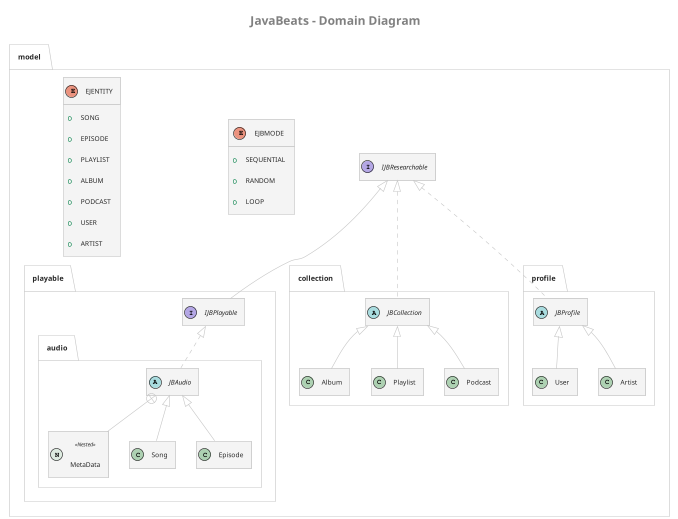
This is doc/Model/UML semplificato/Model_UML.png from IngSW-unipv/Progetto-B24, a PlantUML export, as it was before one commit. Its diagram source:
```plantuml
@startuml
!theme carbon-gray

title  <color:grey>JavaBeats - Domain Diagram</color>

!true = 1
!false = 0
!showNesteds = true
!showCompositions = false
!showAttributes = false
!showMethods = false

package model{
    interface IJBResearchable{
    }

    enum EJBMODE{
        + SEQUENTIAL
        + RANDOM
        + LOOP
    }

    enum EJENTITY{
        + SONG
        + EPISODE
        + PLAYLIST
        + ALBUM
        + PODCAST
        + USER
        + ARTIST
    }

    package playable{

        interface IJBPlayable extends model.IJBResearchable{
            !if (showMethods)
                + playFX()
            !endif
        }

        package audio{

            abstract class JBAudio implements model.playable.IJBPlayable{
                !if (showAttributes)
                    - id : int
                    - isFavorite : boolean
                    - metadata : Metadata
                    - audioFile : Blob
                    - int numberOfStreams : int
                    # mediaPlayer : MediaPlayer
                !endif
                !if (showMethods)
                    + getters() & setters()
                !endif
            }
                class MetaData << (N, #DDEBE0) Nested >> {
                    !if (showAttributes)
                        - artist : Artist
                        - title : String
                        - collection : JBCollection
                        - duration : double
                        - releaseDate : Date
                        - genres : String[]
                    !endif
                }

            class Song extends JBAudio{
            }

            class Episode extends JBAudio{
            }
        }
    }

    package collection{

        abstract class JBCollection implements model.IJBResearchable{
            !if (showAttributes)
                - id : int
                - name : String
                - creator : JBProfile
                - picture : Blob
            !endif
            !if (showMethods)
                + scalePicture(size : int) : Image
                + getters() & setters()
            !endif
        }

        class Album extends JBCollection{
            !if (showAttributes)
                - trackList : ArrayList<JBAudio>
            !endif
            !if (showMethods)
                + getters() & setters()
            !endif
        }

        class Playlist extends JBCollection{
            !if (showAttributes)
                - trackList : ArrayList<JBAudio>
                - isVisible : boolean;
            !endif
            !if (showMethods)
                + getters() & setters()
            !endif
        }

        class Podcast extends JBCollection{
            !if (showAttributes)
                - trackList : ArrayList<JBAudio>
            !endif
            !if (showMethods)
                + getters() & setters()
            !endif
        }
    }

    package profile{

        abstract class JBProfile implements model.IJBResearchable{
            !if (showAttributes)
                - username, mail, password, name, surname, biography : String
                - Blob profilePicture : Blob
                - listeningHistory : ArrayList<JBAudio>
                - favorites : Playlist
            !endif
            !if (showMethods)
                + getters() & setters()
            !endif
        }

        class User extends JBProfile{
            !if (showAttributes)
                - isVisible : Boolean
                - totalListeningTime : double
            !endif
            !if (showMethods)
                + getters() & setters()
            !endif
        }

        class Artist extends JBProfile{
            !if (showAttributes)
                - totalListeners : int
            !endif
            !if (showMethods)
                + getters() & setters()
            !endif
        }

    }
}

!if (showCompositions)
  Album *-- JBAudio
  Playlist *-- JBAudio
  Podcast *-- JBAudio
  JBProfile *-- JBAudio
  JBProfile *-- Playlist
  JBCollection *-- JBProfile
  MetaData *-- Artist
  MetaData *-- JBCollection
!endif

!if (showNesteds)
  JBAudio +-- MetaData
!endif

hide empty fields
hide empty methods

@enduml
```
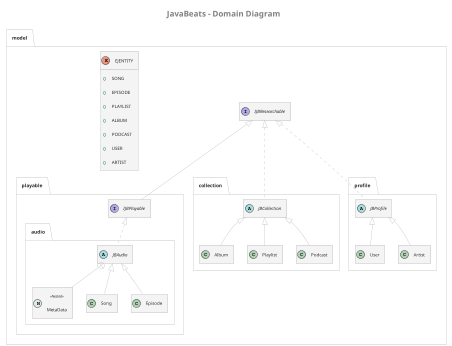
Above is the later version.

Change to the diagram source:
```diff
@@ -12,12 +12,6 @@
 
 package model{
     interface IJBResearchable{
-    }
-
-    enum EJBMODE{
-        + SEQUENTIAL
-        + RANDOM
-        + LOOP
     }
 
     enum EJENTITY{
```
